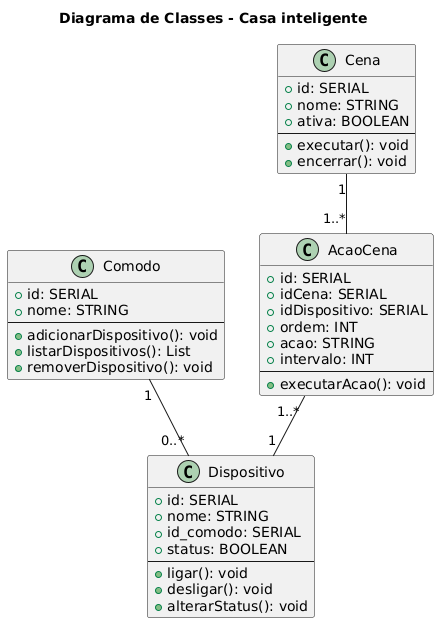
AnacAdad/casa-inteligente keeps this PlantUML diagram as docs/diagramaDeClasses.png. Above is the earlier version. The source it was exported from:
```plantuml
@startuml
title Diagrama de Classes - Casa inteligente

class Comodo {
    +id: SERIAL
    +nome: STRING
    --
    +adicionarDispositivo(): void
    +listarDispositivos(): List
    +removerDispositivo(): void
}

class Dispositivo {
    +id: SERIAL
    +nome: STRING
    +id_comodo: SERIAL
    +status: BOOLEAN
    --
    +ligar(): void
    +desligar(): void
    +alterarStatus(): void
}

class Cena {
    +id: SERIAL
    +nome: STRING
    +ativa: BOOLEAN
    --
    +executar(): void
    +encerrar(): void
}

class AcaoCena {
    +id: SERIAL
    +idCena: SERIAL
    +idDispositivo: SERIAL
    +ordem: INT
    +acao: STRING
    +intervalo: INT
    --
    +executarAcao(): void
}

Comodo "1" -- "0..*" Dispositivo
Cena "1" -- "1..*" AcaoCena
AcaoCena "1..*" -- "1" Dispositivo
@enduml
```
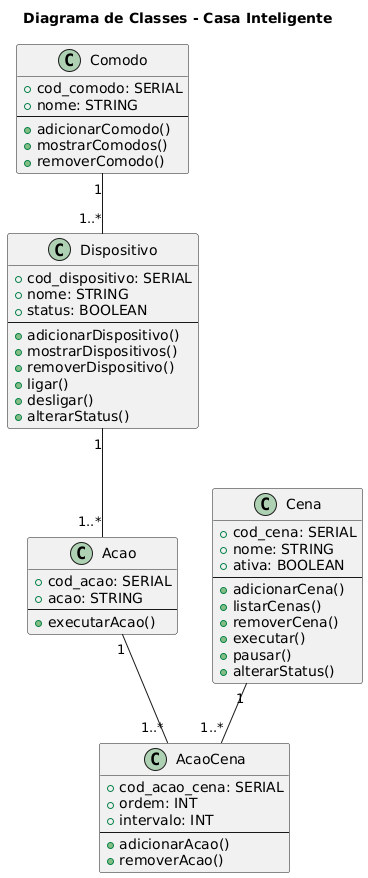
After the change.

Commit message:
Atualizando diagramas

Diff of the diagram source:
```diff
@@ -1,47 +1,59 @@
 @startuml
-title Diagrama de Classes - Casa inteligente
+title Diagrama de Classes - Casa Inteligente
 
 class Comodo {
-    +id: SERIAL
+    +cod_comodo: SERIAL
     +nome: STRING
     --
-    +adicionarDispositivo(): void
-    +listarDispositivos(): List
-    +removerDispositivo(): void
+    +adicionarComodo()
+    +mostrarComodos()
+    +removerComodo()
 }
 
 class Dispositivo {
-    +id: SERIAL
+    +cod_dispositivo: SERIAL
     +nome: STRING
-    +id_comodo: SERIAL
     +status: BOOLEAN
     --
-    +ligar(): void
-    +desligar(): void
-    +alterarStatus(): void
+    +adicionarDispositivo()
+    +mostrarDispositivos()
+    +removerDispositivo()
+    +ligar()
+    +desligar()
+    +alterarStatus()
 }
 
 class Cena {
-    +id: SERIAL
+    +cod_cena: SERIAL
     +nome: STRING
     +ativa: BOOLEAN
     --
-    +executar(): void
-    +encerrar(): void
+    +adicionarCena()
+    +listarCenas()
+    +removerCena()
+    +executar()
+    +pausar()
+    +alterarStatus()
+}
+
+class Acao {
+    +cod_acao: SERIAL
+    +acao: STRING
+    --
+    +executarAcao()
 }
 
 class AcaoCena {
-    +id: SERIAL
-    +idCena: SERIAL
-    +idDispositivo: SERIAL
+    +cod_acao_cena: SERIAL
     +ordem: INT
-    +acao: STRING
     +intervalo: INT
     --
-    +executarAcao(): void
+    +adicionarAcao()
+    +removerAcao()
 }
 
-Comodo "1" -- "0..*" Dispositivo
+Comodo "1" -- "1..*" Dispositivo
+Dispositivo "1" -- "1..*" Acao
 Cena "1" -- "1..*" AcaoCena
-AcaoCena "1..*" -- "1" Dispositivo
+Acao "1" -- "1..*" AcaoCena
 @enduml
```
